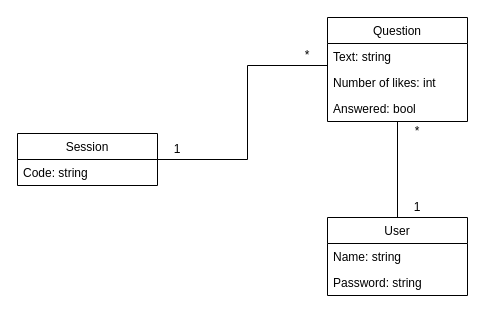
Above: requirements/databaseUML.drawio in softeng-feup/open-cx-sirconference (draw.io), before the change. Source tidied: cells renumbered, new cells numbered last; positions are measured from the earlier drawing's top-left corner, leaving out a move shared by most shapes. Both pictures are drawn from the tidied source at 100%, with x=0, y=0 at pixel (17, 17).
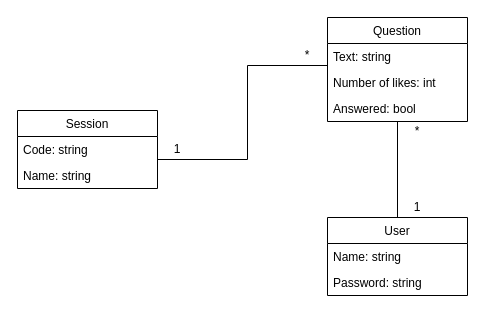
The same diagram, later.

Diff of the diagram source:
```diff
@@
 <mxGraphModel background="#ffffff">
   <root>
     <mxCell id="0" />
     <mxCell id="1" parent="0" />
     <mxCell id="2" value="Session" style="swimlane;fontStyle=0;horizontal=1;startSize=26;fillColor=none;" parent="1" vertex="1">
-      <mxGeometry y="116" width="140" height="52" as="geometry" />
+      <mxGeometry y="93" width="140" height="78" as="geometry" />
     </mxCell>
     <mxCell id="3" value="Code: string" style="text;strokeColor=none;fillColor=none;align=left;verticalAlign=top;spacingLeft=4;spacingRight=4;overflow=hidden;" parent="2" vertex="1">
       <mxGeometry y="26" width="140" height="26" as="geometry" />
     </mxCell>
+    <mxCell id="19" value="Name: string" style="text;strokeColor=none;fillColor=none;align=left;verticalAlign=top;spacingLeft=4;spacingRight=4;overflow=hidden;" parent="2" vertex="1">
+      <mxGeometry y="52" width="140" height="26" as="geometry" />
+    </mxCell>
     <mxCell id="4" value="Question" style="swimlane;fontStyle=0;horizontal=1;startSize=26;fillColor=none;" parent="1" vertex="1">
       <mxGeometry x="310" width="140" height="104" as="geometry" />
     </mxCell>
     <mxCell id="5" value="Text: string" style="text;strokeColor=none;fillColor=none;align=left;verticalAlign=top;spacingLeft=4;spacingRight=4;overflow=hidden;" parent="4" vertex="1">
       <mxGeometry y="26" width="140" height="26" as="geometry" />
     </mxCell>
     <mxCell id="6" value="Number of likes: int" style="text;strokeColor=none;fillColor=none;align=left;verticalAlign=top;spacingLeft=4;spacingRight=4;overflow=hidden;" parent="4" vertex="1">
       <mxGeometry y="52" width="140" height="26" as="geometry" />
     </mxCell>
     <mxCell id="7" value="Answered: bool" style="text;strokeColor=none;fillColor=none;align=left;verticalAlign=top;spacingLeft=4;spacingRight=4;overflow=hidden;" parent="4" vertex="1">
       <mxGeometry y="78" width="140" height="26" as="geometry" />
     </mxCell>
     <mxCell id="8" value="User" style="swimlane;fontStyle=0;horizontal=1;startSize=26;fillColor=none;" parent="1" vertex="1">
       <mxGeometry x="310" y="200" width="140" height="78" as="geometry" />
     </mxCell>
     <mxCell id="9" value="Name: string" style="text;strokeColor=none;fillColor=none;align=left;verticalAlign=top;spacingLeft=4;spacingRight=4;overflow=hidden;" parent="8" vertex="1">
       <mxGeometry y="26" width="140" height="26" as="geometry" />
     </mxCell>
     <mxCell id="10" value="Password: string" style="text;strokeColor=none;fillColor=none;align=left;verticalAlign=top;spacingLeft=4;spacingRight=4;overflow=hidden;" parent="8" vertex="1">
       <mxGeometry y="52" width="140" height="26" as="geometry" />
     </mxCell>
     <mxCell id="11" style="line;strokeWidth=1;fillColor=none;align=left;verticalAlign=middle;spacingTop=-1;spacingLeft=3;spacingRight=3;labelPosition=right;" parent="1" vertex="1">
       <mxGeometry x="230" y="44" width="80" height="8" as="geometry" />
     </mxCell>
     <mxCell id="12" style="line;strokeWidth=1;fillColor=none;align=left;verticalAlign=middle;spacingTop=-1;spacingLeft=3;spacingRight=3;labelPosition=right;" parent="1" vertex="1">
       <mxGeometry x="140" y="138" width="90" height="8" as="geometry" />
     </mxCell>
     <mxCell id="13" style="line;strokeWidth=1;fillColor=none;align=left;verticalAlign=middle;spacingTop=-1;spacingLeft=3;spacingRight=3;labelPosition=right;direction=south;" parent="1" vertex="1">
       <mxGeometry x="226" y="48" width="8" height="94" as="geometry" />
     </mxCell>
     <mxCell id="14" style="line;strokeWidth=1;fillColor=none;align=left;verticalAlign=middle;spacingTop=-1;spacingLeft=3;spacingRight=3;labelPosition=right;direction=south;" parent="1" vertex="1">
       <mxGeometry x="376" y="104" width="8" height="96" as="geometry" />
     </mxCell>
     <mxCell id="15" value="1" style="text;html=1;strokeColor=none;fillColor=none;align=center;verticalAlign=middle;whiteSpace=wrap;rounded=0;" parent="1" vertex="1">
       <mxGeometry x="140" y="122" width="40" height="20" as="geometry" />
     </mxCell>
     <mxCell id="16" value="1" style="text;html=1;strokeColor=none;fillColor=none;align=center;verticalAlign=middle;whiteSpace=wrap;rounded=0;" parent="1" vertex="1">
       <mxGeometry x="380" y="180" width="40" height="20" as="geometry" />
     </mxCell>
     <mxCell id="17" value="*" style="text;html=1;strokeColor=none;fillColor=none;align=center;verticalAlign=middle;whiteSpace=wrap;rounded=0;" parent="1" vertex="1">
       <mxGeometry x="270" y="28" width="40" height="20" as="geometry" />
     </mxCell>
     <mxCell id="18" value="*" style="text;html=1;strokeColor=none;fillColor=none;align=center;verticalAlign=middle;whiteSpace=wrap;rounded=0;" parent="1" vertex="1">
       <mxGeometry x="380" y="104" width="40" height="20" as="geometry" />
     </mxCell>
   </root>
 </mxGraphModel>
```
